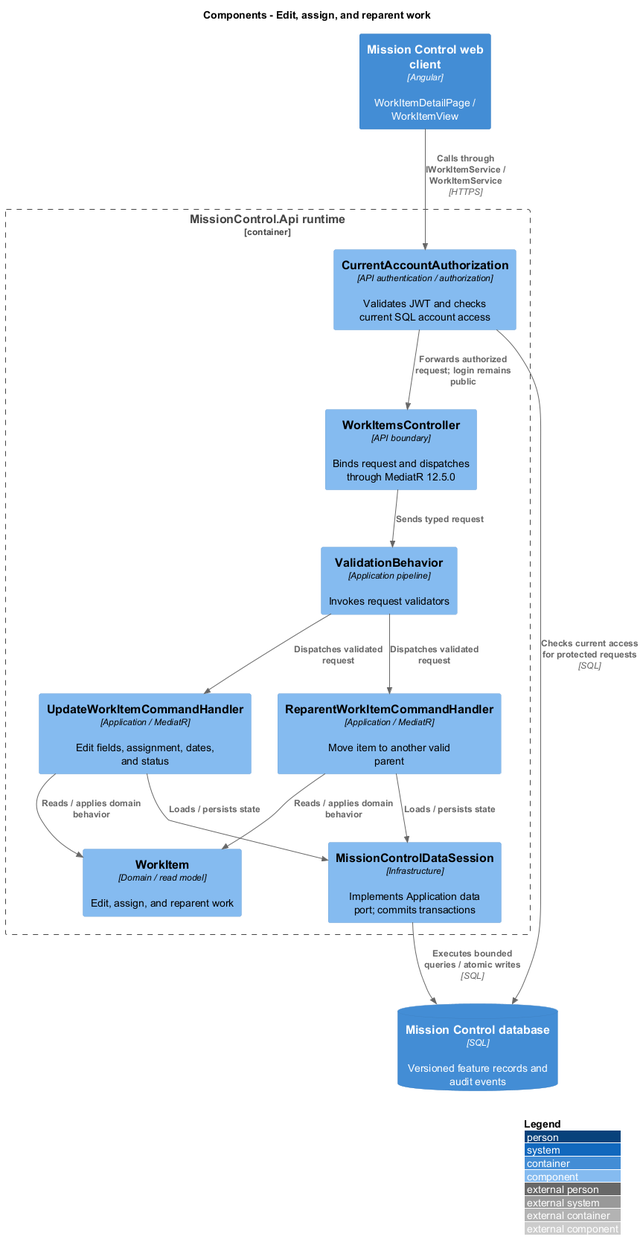
The PlantUML diagram docs/detailed-designs/work/edit-and-reparent-work/diagrams/c4-component.png in QuinntyneBrown/mission-control, before a commit.
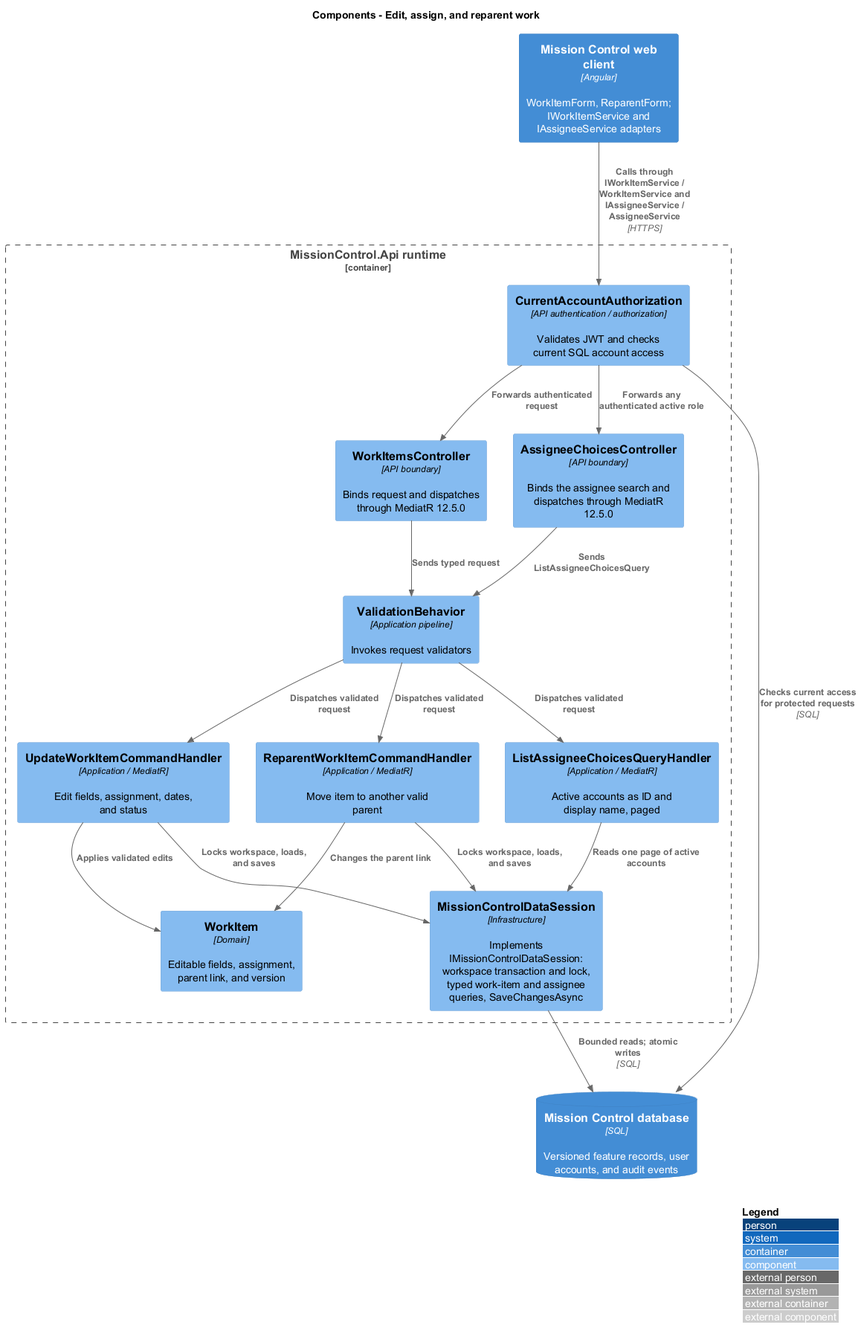
The same file after the commit.

The edit, as a diff of the source:
```diff
@@ -2,26 +2,32 @@
 !include <C4/C4_Component>
 LAYOUT_WITH_LEGEND()
 title Components - Edit, assign, and reparent work
-Container(web, "Mission Control web client", "Angular", "WorkItemDetailPage / WorkItemView")
-ContainerDb(db, "Mission Control database", "SQL", "Versioned feature records and audit events")
+Container(web, "Mission Control web client", "Angular", "WorkItemForm, ReparentForm; IWorkItemService and IAssigneeService adapters")
+ContainerDb(db, "Mission Control database", "SQL", "Versioned feature records, user accounts, and audit events")
 Container_Boundary(api, "MissionControl.Api runtime") {
   Component(ctrl, "WorkItemsController", "API boundary", "Binds request and dispatches through MediatR 12.5.0")
+  Component(choices, "AssigneeChoicesController", "API boundary", "Binds the assignee search and dispatches through MediatR 12.5.0")
   Component(access, "CurrentAccountAuthorization", "API authentication / authorization", "Validates JWT and checks current SQL account access")
   Component(validation, "ValidationBehavior", "Application pipeline", "Invokes request validators")
-  Component(entity, "WorkItem", "Domain / read model", "Edit, assign, and reparent work")
-  Component(store, "MissionControlDataSession", "Infrastructure", "Implements Application data port; commits transactions")
-Rel(web, access, "Calls through IWorkItemService / WorkItemService", "HTTPS")
+  Component(entity, "WorkItem", "Domain", "Editable fields, assignment, parent link, and version")
+  Component(store, "MissionControlDataSession", "Infrastructure", "Implements IMissionControlDataSession: workspace transaction and lock, typed work-item and assignee queries, SaveChangesAsync")
+Rel(web, access, "Calls through IWorkItemService / WorkItemService and IAssigneeService / AssigneeService", "HTTPS")
 Rel(access, db, "Checks current access for protected requests", "SQL")
-Rel(access, ctrl, "Forwards authorized request; login remains public")
+Rel(access, ctrl, "Forwards authenticated request")
+Rel(access, choices, "Forwards any authenticated active role")
 Rel(ctrl, validation, "Sends typed request")
+Rel(choices, validation, "Sends ListAssigneeChoicesQuery")
 Component(h0, "UpdateWorkItemCommandHandler", "Application / MediatR", "Edit fields, assignment, dates, and status")
 Rel(validation, h0, "Dispatches validated request")
-Rel(h0, entity, "Reads / applies domain behavior")
-Rel(h0, store, "Loads / persists state")
+Rel(h0, entity, "Applies validated edits")
+Rel(h0, store, "Locks workspace, loads, and saves")
+Component(h2, "ListAssigneeChoicesQueryHandler", "Application / MediatR", "Active accounts as ID and display name, paged")
+Rel(validation, h2, "Dispatches validated request")
+Rel(h2, store, "Reads one page of active accounts")
 Component(h1, "ReparentWorkItemCommandHandler", "Application / MediatR", "Move item to another valid parent")
 Rel(validation, h1, "Dispatches validated request")
-Rel(h1, entity, "Reads / applies domain behavior")
-Rel(h1, store, "Loads / persists state")
+Rel(h1, entity, "Changes the parent link")
+Rel(h1, store, "Locks workspace, loads, and saves")
 }
-Rel(store, db, "Executes bounded queries / atomic writes", "SQL")
+Rel(store, db, "Bounded reads; atomic writes", "SQL")
 @enduml
```
